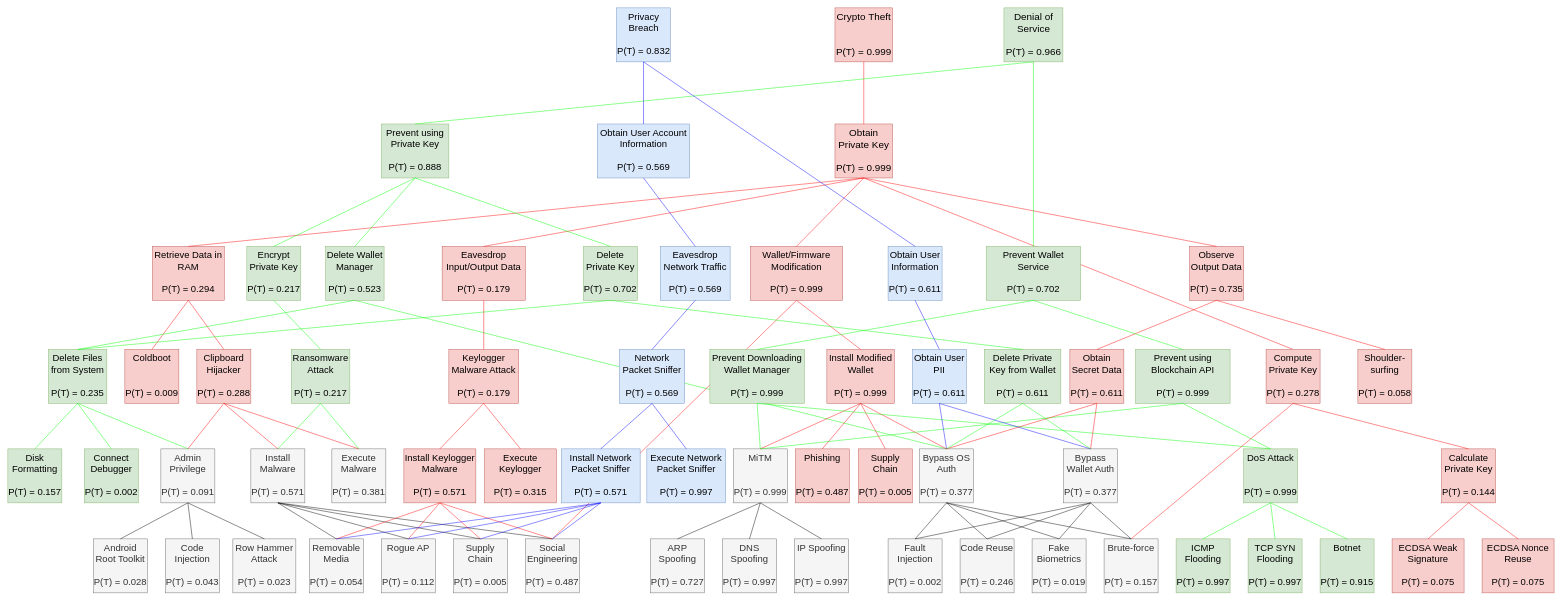
Earlier version of the draw.io diagram page "fault-tree-analysis" (17 of 17) of assets/crypto-wallets.drawio (xujiahuayz/crypto-wallets). Source tidied: cells renumbered, new cells numbered last; positions are measured from the earlier drawing's top-left corner, leaving out a move shared by most shapes. Both pictures are drawn from the tidied source at 45%, with x=0, y=0 at pixel (8, 8).
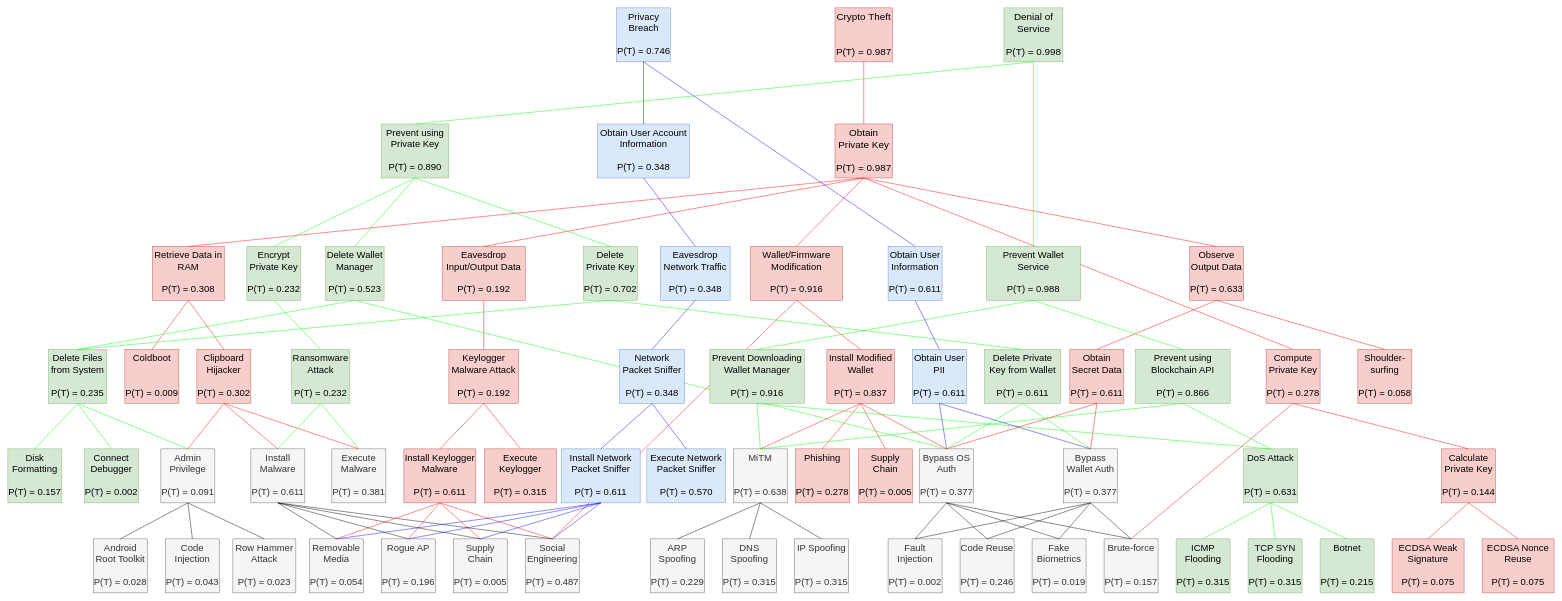
After the change.

The edit, as a diff of the source:
```diff
@@
-    <mxCell id="11" value="&lt;font style=&quot;font-size: 21px;&quot;&gt;Rogue AP&lt;br&gt;&lt;br&gt;&lt;br&gt;P(T) = 0.112&lt;br&gt;&lt;/font&gt;" style="rounded=0;whiteSpace=wrap;html=1;verticalAlign=top;fillColor=#f5f5f5;fontColor=#333333;strokeColor=#666666;" parent="1" vertex="1">
+    <mxCell id="11" value="&lt;font style=&quot;font-size: 21px;&quot;&gt;Rogue AP&lt;br&gt;&lt;br&gt;&lt;br&gt;P(T) = 0.196&lt;br&gt;&lt;/font&gt;" style="rounded=0;whiteSpace=wrap;html=1;verticalAlign=top;fillColor=#f5f5f5;fontColor=#333333;strokeColor=#666666;" parent="1" vertex="1">
       <mxGeometry x="830" y="1180" width="120" height="120" as="geometry" />
     </mxCell>
@@
-    <mxCell id="16" value="&lt;font style=&quot;font-size: 21px;&quot;&gt;ARP Spoofing&lt;br&gt;&lt;br&gt;P(T) = 0.727&lt;br&gt;&lt;/font&gt;" style="rounded=0;whiteSpace=wrap;html=1;verticalAlign=top;fillColor=#f5f5f5;fontColor=#333333;strokeColor=#666666;" parent="1" vertex="1">
+    <mxCell id="16" value="&lt;font style=&quot;font-size: 21px;&quot;&gt;ARP Spoofing&lt;br&gt;&lt;br&gt;P(T) = 0.229&lt;br&gt;&lt;/font&gt;" style="rounded=0;whiteSpace=wrap;html=1;verticalAlign=top;fillColor=#f5f5f5;fontColor=#333333;strokeColor=#666666;" parent="1" vertex="1">
       <mxGeometry x="1428" y="1180" width="120" height="120" as="geometry" />
     </mxCell>
-    <mxCell id="17" value="&lt;font style=&quot;font-size: 21px;&quot;&gt;DNS Spoofing&lt;br&gt;&lt;br&gt;P(T) = 0.997&lt;br&gt;&lt;/font&gt;" style="rounded=0;whiteSpace=wrap;html=1;verticalAlign=top;fillColor=#f5f5f5;fontColor=#333333;strokeColor=#666666;" parent="1" vertex="1">
+    <mxCell id="17" value="&lt;font style=&quot;font-size: 21px;&quot;&gt;DNS Spoofing&lt;br&gt;&lt;br&gt;P(T) = 0.315&lt;br&gt;&lt;/font&gt;" style="rounded=0;whiteSpace=wrap;html=1;verticalAlign=top;fillColor=#f5f5f5;fontColor=#333333;strokeColor=#666666;" parent="1" vertex="1">
       <mxGeometry x="1588" y="1180" width="120" height="120" as="geometry" />
     </mxCell>
-    <mxCell id="18" value="&lt;font style=&quot;font-size: 21px;&quot;&gt;IP Spoofing&lt;br&gt;&lt;br&gt;&lt;br&gt;P(T) = 0.997&lt;br&gt;&lt;/font&gt;" style="rounded=0;whiteSpace=wrap;html=1;verticalAlign=top;fillColor=#f5f5f5;fontColor=#333333;strokeColor=#666666;" parent="1" vertex="1">
+    <mxCell id="18" value="&lt;font style=&quot;font-size: 21px;&quot;&gt;IP Spoofing&lt;br&gt;&lt;br&gt;&lt;br&gt;P(T) = 0.315&lt;br&gt;&lt;/font&gt;" style="rounded=0;whiteSpace=wrap;html=1;verticalAlign=top;fillColor=#f5f5f5;fontColor=#333333;strokeColor=#666666;" parent="1" vertex="1">
       <mxGeometry x="1748" y="1180" width="120" height="120" as="geometry" />
     </mxCell>
@@
-    <mxCell id="21" value="&lt;font style=&quot;font-size: 21px;&quot;&gt;ICMP Flooding&lt;br&gt;&lt;br&gt;P(T) = 0.997&lt;br&gt;&lt;/font&gt;" style="rounded=0;whiteSpace=wrap;html=1;fillColor=#d5e8d4;strokeColor=#82b366;verticalAlign=top;" parent="1" vertex="1">
+    <mxCell id="21" value="&lt;font style=&quot;font-size: 21px;&quot;&gt;ICMP Flooding&lt;br&gt;&lt;br&gt;P(T) = 0.315&lt;br&gt;&lt;/font&gt;" style="rounded=0;whiteSpace=wrap;html=1;fillColor=#d5e8d4;strokeColor=#82b366;verticalAlign=top;" parent="1" vertex="1">
       <mxGeometry x="2596" y="1180" width="120" height="120" as="geometry" />
     </mxCell>
-    <mxCell id="22" value="&lt;font style=&quot;font-size: 21px;&quot;&gt;TCP SYN Flooding&lt;br&gt;&lt;br&gt;P(T) = 0.997&lt;br&gt;&lt;/font&gt;" style="rounded=0;whiteSpace=wrap;html=1;fillColor=#d5e8d4;strokeColor=#82b366;verticalAlign=top;" parent="1" vertex="1">
+    <mxCell id="22" value="&lt;font style=&quot;font-size: 21px;&quot;&gt;TCP SYN Flooding&lt;br&gt;&lt;br&gt;P(T) = 0.315&lt;br&gt;&lt;/font&gt;" style="rounded=0;whiteSpace=wrap;html=1;fillColor=#d5e8d4;strokeColor=#82b366;verticalAlign=top;" parent="1" vertex="1">
       <mxGeometry x="2756" y="1180" width="120" height="120" as="geometry" />
     </mxCell>
-    <mxCell id="23" value="&lt;font style=&quot;font-size: 21px;&quot;&gt;Botnet&lt;br&gt;&lt;br&gt;&lt;br&gt;P(T) = 0.915&lt;br&gt;&lt;/font&gt;" style="rounded=0;whiteSpace=wrap;html=1;fillColor=#d5e8d4;strokeColor=#82b366;verticalAlign=top;" parent="1" vertex="1">
+    <mxCell id="23" value="&lt;font style=&quot;font-size: 21px;&quot;&gt;Botnet&lt;br&gt;&lt;br&gt;&lt;br&gt;P(T) = 0.215&lt;br&gt;&lt;/font&gt;" style="rounded=0;whiteSpace=wrap;html=1;fillColor=#d5e8d4;strokeColor=#82b366;verticalAlign=top;" parent="1" vertex="1">
       <mxGeometry x="2916" y="1180" width="120" height="120" as="geometry" />
     </mxCell>
@@
-    <mxCell id="25" value="&lt;font style=&quot;font-size: 21px;&quot;&gt;Install Keylogger Malware&lt;br&gt;&lt;br&gt;P(T) = 0.571&lt;br&gt;&lt;/font&gt;" style="rounded=0;whiteSpace=wrap;html=1;fillColor=#f8cecc;strokeColor=#b85450;verticalAlign=top;" parent="1" vertex="1">
+    <mxCell id="25" value="&lt;font style=&quot;font-size: 21px;&quot;&gt;Install Keylogger Malware&lt;br&gt;&lt;br&gt;P(T) = 0.611&lt;br&gt;&lt;/font&gt;" style="rounded=0;whiteSpace=wrap;html=1;fillColor=#f8cecc;strokeColor=#b85450;verticalAlign=top;" parent="1" vertex="1">
       <mxGeometry x="880" y="980" width="160" height="120" as="geometry" />
     </mxCell>
@@
-    <mxCell id="29" value="&lt;font style=&quot;font-size: 21px;&quot;&gt;Install Malware&lt;br&gt;&lt;br&gt;P(T) = 0.571&lt;br&gt;&lt;/font&gt;" style="rounded=0;whiteSpace=wrap;html=1;verticalAlign=top;fillColor=#f5f5f5;fontColor=#333333;strokeColor=#666666;" parent="1" vertex="1">
+    <mxCell id="29" value="&lt;font style=&quot;font-size: 21px;&quot;&gt;Install Malware&lt;br&gt;&lt;br&gt;P(T) = 0.611&lt;br&gt;&lt;/font&gt;" style="rounded=0;whiteSpace=wrap;html=1;verticalAlign=top;fillColor=#f5f5f5;fontColor=#333333;strokeColor=#666666;" parent="1" vertex="1">
       <mxGeometry x="540" y="980" width="120" height="120" as="geometry" />
     </mxCell>
@@
-    <mxCell id="38" value="&lt;font style=&quot;font-size: 21px;&quot;&gt;Install Network Packet Sniffer&lt;br&gt;&lt;br&gt;P(T) = 0.571&lt;br&gt;&lt;/font&gt;" style="rounded=0;whiteSpace=wrap;html=1;fillColor=#dae8fc;strokeColor=#6c8ebf;verticalAlign=top;" parent="1" vertex="1">
+    <mxCell id="38" value="&lt;font style=&quot;font-size: 21px;&quot;&gt;Install Network Packet Sniffer&lt;br&gt;&lt;br&gt;P(T) = 0.611&lt;br&gt;&lt;/font&gt;" style="rounded=0;whiteSpace=wrap;html=1;fillColor=#dae8fc;strokeColor=#6c8ebf;verticalAlign=top;" parent="1" vertex="1">
       <mxGeometry x="1230" y="980" width="175" height="120" as="geometry" />
     </mxCell>
@@
-    <mxCell id="43" value="&lt;font style=&quot;font-size: 21px;&quot;&gt;MiTM&lt;br&gt;&lt;br&gt;&lt;br&gt;P(T) = 0.999&lt;br&gt;&lt;/font&gt;" style="rounded=0;whiteSpace=wrap;html=1;verticalAlign=top;fillColor=#f5f5f5;fontColor=#333333;strokeColor=#666666;" parent="1" vertex="1">
+    <mxCell id="43" value="&lt;font style=&quot;font-size: 21px;&quot;&gt;MiTM&lt;br&gt;&lt;br&gt;&lt;br&gt;P(T) = 0.638&lt;br&gt;&lt;/font&gt;" style="rounded=0;whiteSpace=wrap;html=1;verticalAlign=top;fillColor=#f5f5f5;fontColor=#333333;strokeColor=#666666;" parent="1" vertex="1">
       <mxGeometry x="1612" y="980" width="120" height="120" as="geometry" />
     </mxCell>
@@
-    <mxCell id="60" value="&lt;font style=&quot;font-size: 21px;&quot;&gt;DoS Attack&lt;br&gt;&lt;br&gt;&lt;br&gt;P(T) = 0.999&lt;br&gt;&lt;/font&gt;" style="rounded=0;whiteSpace=wrap;html=1;fillColor=#d5e8d4;strokeColor=#82b366;verticalAlign=top;" parent="1" vertex="1">
+    <mxCell id="60" value="&lt;font style=&quot;font-size: 21px;&quot;&gt;DoS Attack&lt;br&gt;&lt;br&gt;&lt;br&gt;P(T) = 0.631&lt;br&gt;&lt;/font&gt;" style="rounded=0;whiteSpace=wrap;html=1;fillColor=#d5e8d4;strokeColor=#82b366;verticalAlign=top;" parent="1" vertex="1">
       <mxGeometry x="2746" y="980" width="120" height="120" as="geometry" />
     </mxCell>
@@
-    <mxCell id="64" value="&lt;font style=&quot;font-size: 21px;&quot;&gt;Clipboard Hijacker&lt;br&gt;&lt;br&gt;P(T) = 0.288&lt;br&gt;&lt;/font&gt;" style="rounded=0;whiteSpace=wrap;html=1;fillColor=#f8cecc;strokeColor=#b85450;verticalAlign=top;" parent="1" vertex="1">
+    <mxCell id="64" value="&lt;font style=&quot;font-size: 21px;&quot;&gt;Clipboard Hijacker&lt;br&gt;&lt;br&gt;P(T) = 0.302&lt;br&gt;&lt;/font&gt;" style="rounded=0;whiteSpace=wrap;html=1;fillColor=#f8cecc;strokeColor=#b85450;verticalAlign=top;" parent="1" vertex="1">
       <mxGeometry x="420" y="759" width="120" height="120" as="geometry" />
     </mxCell>
-    <mxCell id="65" value="&lt;font style=&quot;font-size: 21px;&quot;&gt;Ransomware Attack&lt;br&gt;&lt;br&gt;P(T) = 0.217&lt;br&gt;&lt;/font&gt;" style="rounded=0;whiteSpace=wrap;html=1;fillColor=#d5e8d4;strokeColor=#82b366;verticalAlign=top;" parent="1" vertex="1">
+    <mxCell id="65" value="&lt;font style=&quot;font-size: 21px;&quot;&gt;Ransomware Attack&lt;br&gt;&lt;br&gt;P(T) = 0.232&lt;br&gt;&lt;/font&gt;" style="rounded=0;whiteSpace=wrap;html=1;fillColor=#d5e8d4;strokeColor=#82b366;verticalAlign=top;" parent="1" vertex="1">
       <mxGeometry x="630" y="759" width="130" height="120" as="geometry" />
     </mxCell>
@@
-    <mxCell id="67" value="&lt;font style=&quot;font-size: 21px;&quot;&gt;Keylogger Malware Attack&lt;br&gt;&lt;br&gt;P(T) = 0.179&lt;br&gt;&lt;/font&gt;" style="rounded=0;whiteSpace=wrap;html=1;fillColor=#f8cecc;strokeColor=#b85450;verticalAlign=top;" parent="1" vertex="1">
+    <mxCell id="67" value="&lt;font style=&quot;font-size: 21px;&quot;&gt;Keylogger Malware Attack&lt;br&gt;&lt;br&gt;P(T) = 0.192&lt;br&gt;&lt;/font&gt;" style="rounded=0;whiteSpace=wrap;html=1;fillColor=#f8cecc;strokeColor=#b85450;verticalAlign=top;" parent="1" vertex="1">
       <mxGeometry x="980" y="759" width="155" height="120" as="geometry" />
     </mxCell>
@@
-    <mxCell id="76" value="&lt;font style=&quot;font-size: 21px;&quot;&gt;Network Packet Sniffer&lt;br&gt;&lt;br&gt;P(T) = 0.569&lt;br&gt;&lt;/font&gt;" style="rounded=0;whiteSpace=wrap;html=1;fillColor=#dae8fc;strokeColor=#6c8ebf;verticalAlign=top;" parent="1" vertex="1">
+    <mxCell id="76" value="&lt;font style=&quot;font-size: 21px;&quot;&gt;Network Packet Sniffer&lt;br&gt;&lt;br&gt;P(T) = 0.348&lt;br&gt;&lt;/font&gt;" style="rounded=0;whiteSpace=wrap;html=1;fillColor=#dae8fc;strokeColor=#6c8ebf;verticalAlign=top;" parent="1" vertex="1">
       <mxGeometry x="1359" y="759" width="145" height="120" as="geometry" />
     </mxCell>
-    <mxCell id="77" value="&lt;font style=&quot;font-size: 21px;&quot;&gt;Execute Network Packet Sniffer&lt;br&gt;&lt;br&gt;P(T) = 0.997&lt;br&gt;&lt;/font&gt;" style="rounded=0;whiteSpace=wrap;html=1;fillColor=#dae8fc;strokeColor=#6c8ebf;verticalAlign=top;" parent="1" vertex="1">
+    <mxCell id="77" value="&lt;font style=&quot;font-size: 21px;&quot;&gt;Execute Network Packet Sniffer&lt;br&gt;&lt;br&gt;P(T) = 0.570&lt;br&gt;&lt;/font&gt;" style="rounded=0;whiteSpace=wrap;html=1;fillColor=#dae8fc;strokeColor=#6c8ebf;verticalAlign=top;" parent="1" vertex="1">
       <mxGeometry x="1420" y="980" width="175" height="120" as="geometry" />
     </mxCell>
@@
-    <mxCell id="80" value="&lt;font style=&quot;font-size: 21px;&quot;&gt;Phishing&lt;br&gt;&lt;br&gt;&lt;br&gt;P(T) = 0.487&lt;br&gt;&lt;/font&gt;" style="rounded=0;whiteSpace=wrap;html=1;fillColor=#f8cecc;strokeColor=#b85450;verticalAlign=top;" parent="1" vertex="1">
+    <mxCell id="80" value="&lt;font style=&quot;font-size: 21px;&quot;&gt;Phishing&lt;br&gt;&lt;br&gt;&lt;br&gt;P(T) = 0.278&lt;br&gt;&lt;/font&gt;" style="rounded=0;whiteSpace=wrap;html=1;fillColor=#f8cecc;strokeColor=#b85450;verticalAlign=top;" parent="1" vertex="1">
       <mxGeometry x="1750" y="980" width="120" height="120" as="geometry" />
     </mxCell>
@@
-    <mxCell id="82" value="&lt;font style=&quot;font-size: 21px;&quot;&gt;Install Modified Wallet&lt;br&gt;&lt;br&gt;P(T) = 0.999&lt;br&gt;&lt;/font&gt;" style="rounded=0;whiteSpace=wrap;html=1;fillColor=#f8cecc;strokeColor=#b85450;verticalAlign=top;" parent="1" vertex="1">
+    <mxCell id="82" value="&lt;font style=&quot;font-size: 21px;&quot;&gt;Install Modified Wallet&lt;br&gt;&lt;br&gt;P(T) = 0.837&lt;br&gt;&lt;/font&gt;" style="rounded=0;whiteSpace=wrap;html=1;fillColor=#f8cecc;strokeColor=#b85450;verticalAlign=top;" parent="1" vertex="1">
       <mxGeometry x="1820" y="759" width="150" height="120" as="geometry" />
     </mxCell>
@@
-    <mxCell id="87" value="&lt;font style=&quot;font-size: 21px;&quot;&gt;Prevent Downloading Wallet Manager&lt;br&gt;&lt;br&gt;P(T) = 0.999&lt;br&gt;&lt;/font&gt;" style="rounded=0;whiteSpace=wrap;html=1;fillColor=#d5e8d4;strokeColor=#82b366;verticalAlign=top;" parent="1" vertex="1">
+    <mxCell id="87" value="&lt;font style=&quot;font-size: 21px;&quot;&gt;Prevent Downloading Wallet Manager&lt;br&gt;&lt;br&gt;P(T) = 0.916&lt;br&gt;&lt;/font&gt;" style="rounded=0;whiteSpace=wrap;html=1;fillColor=#d5e8d4;strokeColor=#82b366;verticalAlign=top;" parent="1" vertex="1">
       <mxGeometry x="1560" y="759" width="210" height="120" as="geometry" />
     </mxCell>
-    <mxCell id="88" value="&lt;font style=&quot;font-size: 21px;&quot;&gt;Prevent using Blockchain API&lt;br&gt;&lt;br&gt;P(T) = 0.999&lt;br&gt;&lt;/font&gt;" style="rounded=0;whiteSpace=wrap;html=1;fillColor=#d5e8d4;strokeColor=#82b366;verticalAlign=top;" parent="1" vertex="1">
+    <mxCell id="88" value="&lt;font style=&quot;font-size: 21px;&quot;&gt;Prevent using Blockchain API&lt;br&gt;&lt;br&gt;P(T) = 0.866&lt;br&gt;&lt;/font&gt;" style="rounded=0;whiteSpace=wrap;html=1;fillColor=#d5e8d4;strokeColor=#82b366;verticalAlign=top;" parent="1" vertex="1">
       <mxGeometry x="2506" y="759" width="210" height="120" as="geometry" />
     </mxCell>
@@
-    <mxCell id="113" value="&lt;font style=&quot;font-size: 21px;&quot;&gt;Retrieve Data in RAM&lt;br&gt;&lt;br&gt;P(T) = 0.294&lt;br&gt;&lt;/font&gt;" style="rounded=0;whiteSpace=wrap;html=1;fillColor=#f8cecc;strokeColor=#b85450;verticalAlign=top;" parent="1" vertex="1">
+    <mxCell id="113" value="&lt;font style=&quot;font-size: 21px;&quot;&gt;Retrieve Data in RAM&lt;br&gt;&lt;br&gt;P(T) = 0.308&lt;br&gt;&lt;/font&gt;" style="rounded=0;whiteSpace=wrap;html=1;fillColor=#f8cecc;strokeColor=#b85450;verticalAlign=top;" parent="1" vertex="1">
       <mxGeometry x="321" y="530" width="160" height="120" as="geometry" />
     </mxCell>
@@
-    <mxCell id="116" value="&lt;font style=&quot;font-size: 21px;&quot;&gt;Wallet/Firmware Modification&lt;br&gt;&lt;br&gt;P(T) = 0.999&lt;br&gt;&lt;/font&gt;" style="rounded=0;whiteSpace=wrap;html=1;fillColor=#f8cecc;strokeColor=#b85450;verticalAlign=top;" parent="1" vertex="1">
+    <mxCell id="116" value="&lt;font style=&quot;font-size: 21px;&quot;&gt;Wallet/Firmware Modification&lt;br&gt;&lt;br&gt;P(T) = 0.916&lt;br&gt;&lt;/font&gt;" style="rounded=0;whiteSpace=wrap;html=1;fillColor=#f8cecc;strokeColor=#b85450;verticalAlign=top;" parent="1" vertex="1">
       <mxGeometry x="1650" y="530" width="205" height="120" as="geometry" />
     </mxCell>
@@
-    <mxCell id="118" value="&lt;font style=&quot;font-size: 21px;&quot;&gt;Observe Output Data&lt;br&gt;&lt;br&gt;P(T) = 0.735&lt;br&gt;&lt;/font&gt;" style="rounded=0;whiteSpace=wrap;html=1;fillColor=#f8cecc;strokeColor=#b85450;verticalAlign=top;" parent="1" vertex="1">
+    <mxCell id="118" value="&lt;font style=&quot;font-size: 21px;&quot;&gt;Observe Output Data&lt;br&gt;&lt;br&gt;P(T) = 0.633&lt;br&gt;&lt;/font&gt;" style="rounded=0;whiteSpace=wrap;html=1;fillColor=#f8cecc;strokeColor=#b85450;verticalAlign=top;" parent="1" vertex="1">
       <mxGeometry x="2626" y="530" width="120" height="120" as="geometry" />
     </mxCell>
@@
-    <mxCell id="121" value="&lt;font style=&quot;font-size: 21px;&quot;&gt;Encrypt Private Key&lt;br&gt;&lt;br&gt;P(T) = 0.217&lt;br&gt;&lt;/font&gt;" style="rounded=0;whiteSpace=wrap;html=1;fillColor=#d5e8d4;strokeColor=#82b366;verticalAlign=top;" parent="1" vertex="1">
+    <mxCell id="121" value="&lt;font style=&quot;font-size: 21px;&quot;&gt;Encrypt Private Key&lt;br&gt;&lt;br&gt;P(T) = 0.232&lt;br&gt;&lt;/font&gt;" style="rounded=0;whiteSpace=wrap;html=1;fillColor=#d5e8d4;strokeColor=#82b366;verticalAlign=top;" parent="1" vertex="1">
       <mxGeometry x="531" y="530" width="120" height="120" as="geometry" />
     </mxCell>
@@
-    <mxCell id="128" value="&lt;font style=&quot;font-size: 21px;&quot;&gt;Prevent Wallet Service&lt;br&gt;&lt;br&gt;P(T) = 0.702&lt;br&gt;&lt;/font&gt;" style="rounded=0;whiteSpace=wrap;html=1;fillColor=#d5e8d4;strokeColor=#82b366;verticalAlign=top;" parent="1" vertex="1">
+    <mxCell id="128" value="&lt;font style=&quot;font-size: 21px;&quot;&gt;Prevent Wallet Service&lt;br&gt;&lt;br&gt;P(T) = 0.988&lt;br&gt;&lt;/font&gt;" style="rounded=0;whiteSpace=wrap;html=1;fillColor=#d5e8d4;strokeColor=#82b366;verticalAlign=top;" parent="1" vertex="1">
       <mxGeometry x="2174" y="530" width="210" height="120" as="geometry" />
     </mxCell>
@@
-    <mxCell id="131" value="&lt;font style=&quot;font-size: 21px;&quot;&gt;Eavesdrop Input/Output Data&lt;br&gt;&lt;br&gt;P(T) = 0.179&lt;br&gt;&lt;/font&gt;" style="rounded=0;whiteSpace=wrap;html=1;fillColor=#f8cecc;strokeColor=#b85450;verticalAlign=top;" parent="1" vertex="1">
+    <mxCell id="131" value="&lt;font style=&quot;font-size: 21px;&quot;&gt;Eavesdrop Input/Output Data&lt;br&gt;&lt;br&gt;P(T) = 0.192&lt;br&gt;&lt;/font&gt;" style="rounded=0;whiteSpace=wrap;html=1;fillColor=#f8cecc;strokeColor=#b85450;verticalAlign=top;" parent="1" vertex="1">
       <mxGeometry x="965" y="530" width="185" height="120" as="geometry" />
     </mxCell>
@@
-    <mxCell id="133" value="&lt;font style=&quot;font-size: 21px;&quot;&gt;Eavesdrop Network Traffic&lt;br&gt;&lt;br&gt;P(T) = 0.569&lt;br&gt;&lt;/font&gt;" style="rounded=0;whiteSpace=wrap;html=1;fillColor=#dae8fc;strokeColor=#6c8ebf;verticalAlign=top;" parent="1" vertex="1">
+    <mxCell id="133" value="&lt;font style=&quot;font-size: 21px;&quot;&gt;Eavesdrop Network Traffic&lt;br&gt;&lt;br&gt;P(T) = 0.348&lt;br&gt;&lt;/font&gt;" style="rounded=0;whiteSpace=wrap;html=1;fillColor=#dae8fc;strokeColor=#6c8ebf;verticalAlign=top;" parent="1" vertex="1">
       <mxGeometry x="1450" y="530" width="155" height="120" as="geometry" />
     </mxCell>
@@
-    <mxCell id="137" value="&lt;font style=&quot;font-size: 22px;&quot;&gt;Obtain Private Key&lt;br&gt;&lt;br&gt;P(T) = 0.999&lt;br&gt;&lt;/font&gt;" style="rounded=0;whiteSpace=wrap;html=1;fillColor=#f8cecc;strokeColor=#b85450;verticalAlign=top;" parent="1" vertex="1">
+    <mxCell id="137" value="&lt;font style=&quot;font-size: 22px;&quot;&gt;Obtain Private Key&lt;br&gt;&lt;br&gt;P(T) = 0.987&lt;br&gt;&lt;/font&gt;" style="rounded=0;whiteSpace=wrap;html=1;fillColor=#f8cecc;strokeColor=#b85450;verticalAlign=top;" parent="1" vertex="1">
       <mxGeometry x="1838" y="258" width="128" height="120" as="geometry" />
     </mxCell>
-    <mxCell id="138" value="&lt;font style=&quot;font-size: 21px;&quot;&gt;Prevent using Private Key&lt;br&gt;&lt;br&gt;P(T) = 0.888&lt;br&gt;&lt;/font&gt;" style="rounded=0;whiteSpace=wrap;html=1;fillColor=#d5e8d4;strokeColor=#82b366;verticalAlign=top;" parent="1" vertex="1">
+    <mxCell id="138" value="&lt;font style=&quot;font-size: 21px;&quot;&gt;Prevent using Private Key&lt;br&gt;&lt;br&gt;P(T) = 0.890&lt;br&gt;&lt;/font&gt;" style="rounded=0;whiteSpace=wrap;html=1;fillColor=#d5e8d4;strokeColor=#82b366;verticalAlign=top;" parent="1" vertex="1">
       <mxGeometry x="830" y="258" width="150" height="120" as="geometry" />
     </mxCell>
-    <mxCell id="139" value="&lt;font style=&quot;font-size: 21px;&quot;&gt;Obtain User Account Information&lt;br&gt;&lt;br&gt;P(T) = 0.569&lt;br&gt;&lt;/font&gt;" style="rounded=0;whiteSpace=wrap;html=1;fillColor=#dae8fc;strokeColor=#6c8ebf;verticalAlign=top;" parent="1" vertex="1">
+    <mxCell id="139" value="&lt;font style=&quot;font-size: 21px;&quot;&gt;Obtain User Account Information&lt;br&gt;&lt;br&gt;P(T) = 0.348&lt;br&gt;&lt;/font&gt;" style="rounded=0;whiteSpace=wrap;html=1;fillColor=#dae8fc;strokeColor=#6c8ebf;verticalAlign=top;" parent="1" vertex="1">
       <mxGeometry x="1310" y="258" width="205" height="120" as="geometry" />
     </mxCell>
@@
-    <mxCell id="148" value="&lt;font style=&quot;font-size: 22px;&quot;&gt;Crypto Theft&lt;br&gt;&lt;br&gt;&lt;br&gt;P(T) = 0.999&lt;br&gt;&lt;/font&gt;" style="rounded=0;whiteSpace=wrap;html=1;fillColor=#f8cecc;strokeColor=#b85450;verticalAlign=top;" parent="1" vertex="1">
+    <mxCell id="148" value="&lt;font style=&quot;font-size: 22px;&quot;&gt;Crypto Theft&lt;br&gt;&lt;br&gt;&lt;br&gt;P(T) = 0.987&lt;br&gt;&lt;/font&gt;" style="rounded=0;whiteSpace=wrap;html=1;fillColor=#f8cecc;strokeColor=#b85450;verticalAlign=top;" parent="1" vertex="1">
       <mxGeometry x="1838" width="128" height="120" as="geometry" />
     </mxCell>
-    <mxCell id="149" value="&lt;font style=&quot;font-size: 22px;&quot;&gt;Denial of Service&lt;br&gt;&lt;br&gt;P(T) = 0.966&lt;br&gt;&lt;/font&gt;" style="rounded=0;whiteSpace=wrap;html=1;fillColor=#d5e8d4;strokeColor=#82b366;verticalAlign=top;" parent="1" vertex="1">
+    <mxCell id="149" value="&lt;font style=&quot;font-size: 22px;&quot;&gt;Denial of Service&lt;br&gt;&lt;br&gt;P(T) = 0.998&lt;br&gt;&lt;/font&gt;" style="rounded=0;whiteSpace=wrap;html=1;fillColor=#d5e8d4;strokeColor=#82b366;verticalAlign=top;" parent="1" vertex="1">
       <mxGeometry x="2213.5" width="131" height="120" as="geometry" />
     </mxCell>
-    <mxCell id="150" value="&lt;font style=&quot;font-size: 21px;&quot;&gt;Privacy Breach&lt;br&gt;&lt;br&gt;P(T) = 0.832&lt;br&gt;&lt;/font&gt;" style="rounded=0;whiteSpace=wrap;html=1;fillColor=#dae8fc;strokeColor=#6c8ebf;verticalAlign=top;" parent="1" vertex="1">
+    <mxCell id="150" value="&lt;font style=&quot;font-size: 21px;&quot;&gt;Privacy Breach&lt;br&gt;&lt;br&gt;P(T) = 0.746&lt;br&gt;&lt;/font&gt;" style="rounded=0;whiteSpace=wrap;html=1;fillColor=#dae8fc;strokeColor=#6c8ebf;verticalAlign=top;" parent="1" vertex="1">
       <mxGeometry x="1352.5" width="120" height="120" as="geometry" />
     </mxCell>
```
